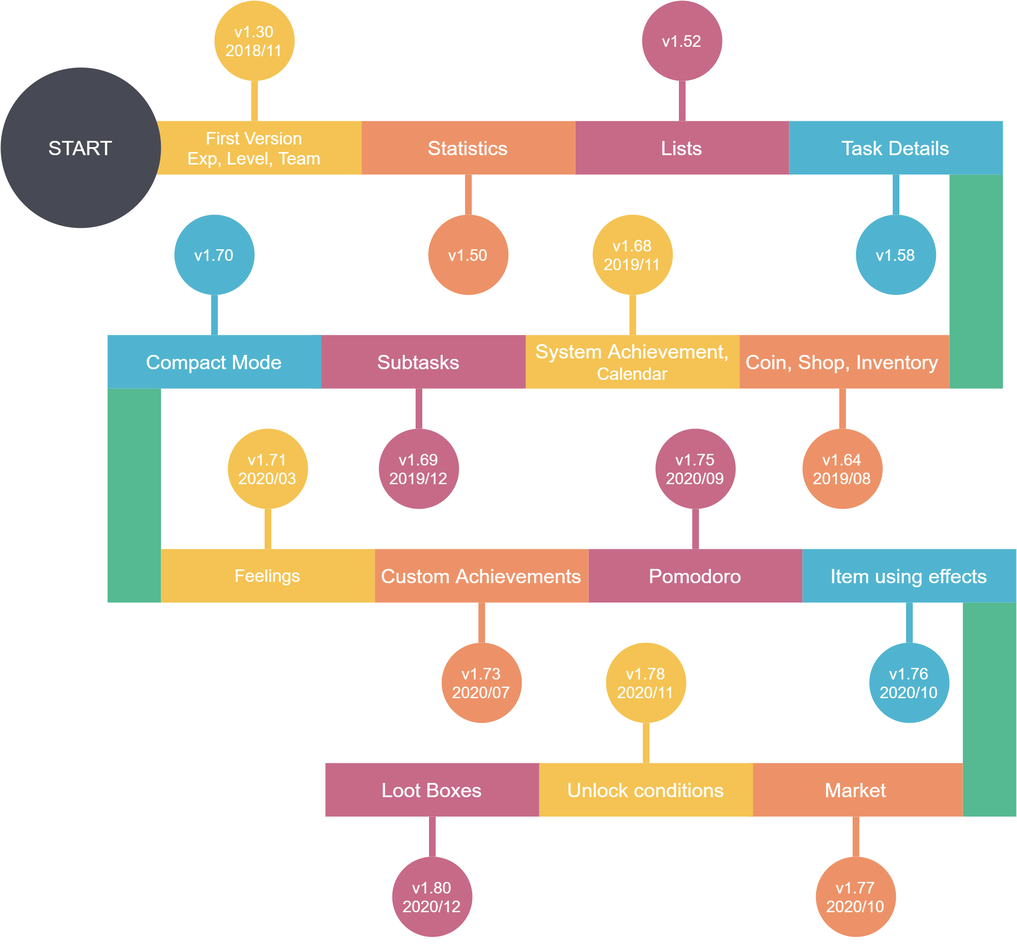
Earlier version of the draw.io export screenshots/timeline.png (Ayagikei/LifeUp). Source tidied: cells renumbered, new cells last; positions are measured from the earlier drawing's top-left corner, leaving out a move shared by most shapes.
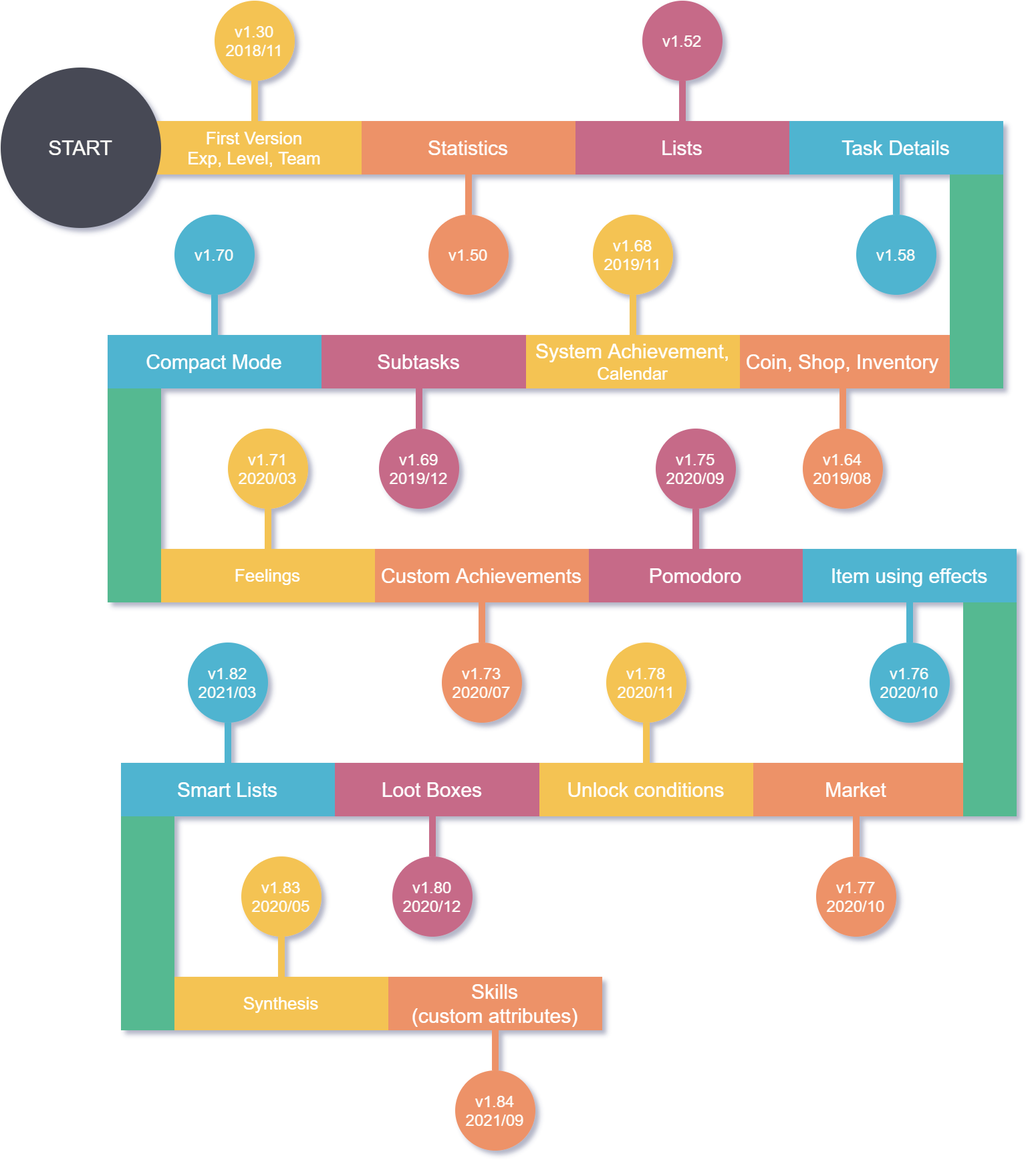
The same diagram one commit later.

The edit, as a diff of the source:
```diff
@@ -194,5 +194,44 @@
     <mxCell id="65" value="&lt;font color=&quot;#ffffff&quot;&gt;&lt;span style=&quot;font-size: 15px&quot;&gt;Loot Boxes&lt;/span&gt;&lt;/font&gt;" style="rounded=0;whiteSpace=wrap;html=1;strokeColor=none;fillColor=#c66a88;" parent="62" vertex="1">
       <mxGeometry width="160" height="40" as="geometry" />
     </mxCell>
+    <mxCell id="66" style="group;rounded=0;glass=0;" parent="1" vertex="1">
+      <mxGeometry x="90" y="480" width="160" height="130" as="geometry" />
+    </mxCell>
+    <mxCell id="67" value="&lt;font color=&quot;#ffffff&quot; style=&quot;font-size: 15px&quot;&gt;Smart Lists&lt;/font&gt;" style="rounded=0;whiteSpace=wrap;html=1;strokeColor=none;fillColor=#50B4D0;" parent="66" vertex="1">
+      <mxGeometry y="90" width="160" height="40" as="geometry" />
+    </mxCell>
+    <mxCell id="68" value="&lt;font color=&quot;#fdfcf8&quot;&gt;v1.82&lt;br&gt;2021/03&lt;br&gt;&lt;/font&gt;" style="ellipse;whiteSpace=wrap;html=1;strokeColor=none;fillColor=#50B4D0;" parent="66" vertex="1">
+      <mxGeometry x="50" width="60" height="60" as="geometry" />
+    </mxCell>
+    <mxCell id="69" style="rounded=0;whiteSpace=wrap;html=1;strokeColor=none;fillColor=#50B4D0;" parent="66" vertex="1">
+      <mxGeometry x="77.5" y="60" width="5" height="30" as="geometry" />
+    </mxCell>
+    <mxCell id="70" style="rounded=0;whiteSpace=wrap;html=1;strokeColor=none;fillColor=#55b991;" parent="1" vertex="1">
+      <mxGeometry x="90" y="610" width="40" height="160" as="geometry" />
+    </mxCell>
+    <mxCell id="71" style="group;" parent="1" vertex="1">
+      <mxGeometry x="130" y="640" width="160" height="130" as="geometry" />
+    </mxCell>
+    <mxCell id="72" value="&lt;font color=&quot;#ffffff&quot; style=&quot;font-size: 13px&quot;&gt;Synthesis&lt;br&gt;&lt;/font&gt;" style="rounded=0;whiteSpace=wrap;html=1;fillColor=#f4c353;strokeColor=none;" parent="71" vertex="1">
+      <mxGeometry y="90" width="160" height="40" as="geometry" />
+    </mxCell>
+    <mxCell id="73" value="&lt;font color=&quot;#fdfcf8&quot;&gt;v1.83&lt;br&gt;2020/05&lt;br&gt;&lt;/font&gt;" style="ellipse;whiteSpace=wrap;html=1;fillColor=#f4c353;strokeColor=none;" parent="71" vertex="1">
+      <mxGeometry x="50" width="60" height="60" as="geometry" />
+    </mxCell>
+    <mxCell id="74" style="rounded=0;whiteSpace=wrap;html=1;fillColor=#f4c353;strokeColor=none;" parent="71" vertex="1">
+      <mxGeometry x="77.5" y="60" width="5" height="30" as="geometry" />
+    </mxCell>
+    <mxCell id="75" style="group;" parent="1" vertex="1">
+      <mxGeometry x="290" y="730" width="160" height="130" as="geometry" />
+    </mxCell>
+    <mxCell id="76" style="rounded=0;whiteSpace=wrap;html=1;strokeColor=none;fillColor=#ed9268;" parent="75" vertex="1">
+      <mxGeometry x="77.5" y="40" width="5" height="30" as="geometry" />
+    </mxCell>
+    <mxCell id="77" value="&lt;font color=&quot;#fdfcf8&quot;&gt;v1.84&lt;br&gt;2021/09&lt;br&gt;&lt;/font&gt;" style="ellipse;whiteSpace=wrap;html=1;strokeColor=none;fillColor=#ed9268;" parent="75" vertex="1">
+      <mxGeometry x="50" y="70" width="60" height="60" as="geometry" />
+    </mxCell>
+    <mxCell id="78" value="&lt;font color=&quot;#ffffff&quot;&gt;&lt;span style=&quot;font-size: 15px&quot;&gt;Skills&lt;br&gt;(custom attributes)&lt;br&gt;&lt;/span&gt;&lt;/font&gt;" style="rounded=0;whiteSpace=wrap;html=1;strokeColor=none;fillColor=#ed9268;" parent="75" vertex="1">
+      <mxGeometry width="160" height="40" as="geometry" />
+    </mxCell>
   </root>
 </mxGraphModel>
```
